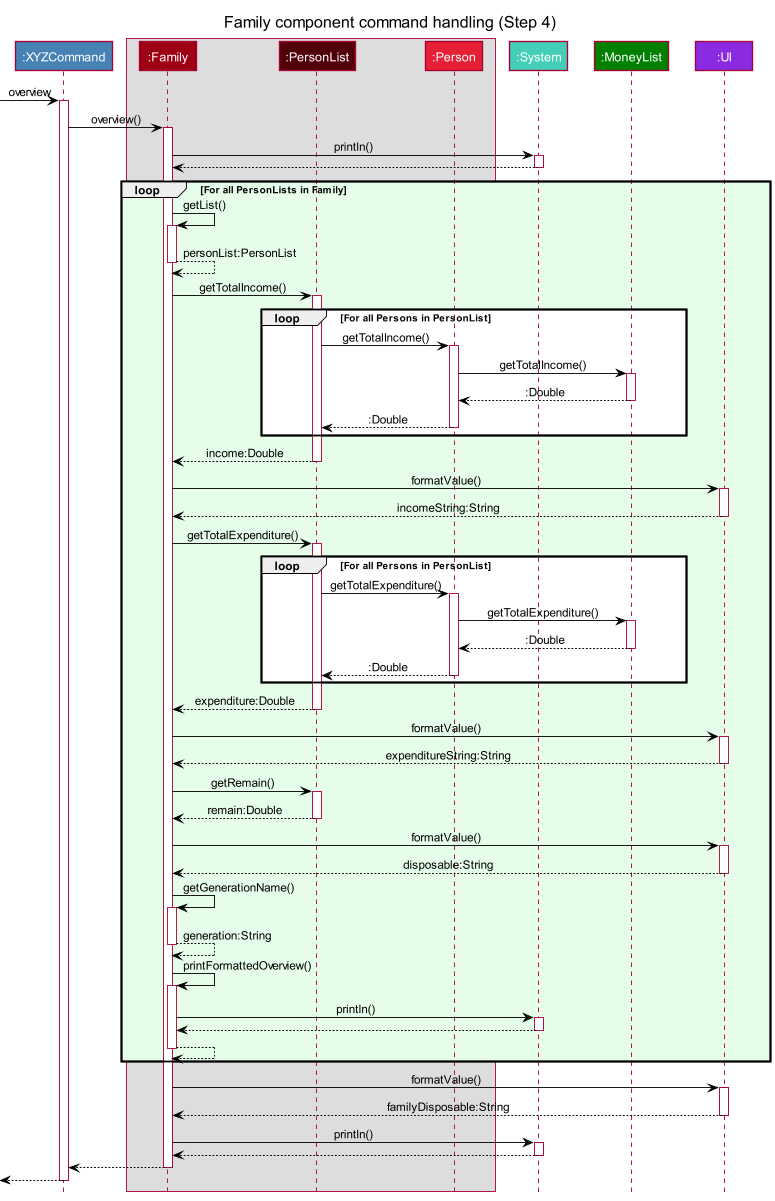
Before: docs/images/FamilySequenceDiagram4.png, a diagram exported from PlantUML (nus-cs2113-AY2122S2/tp).
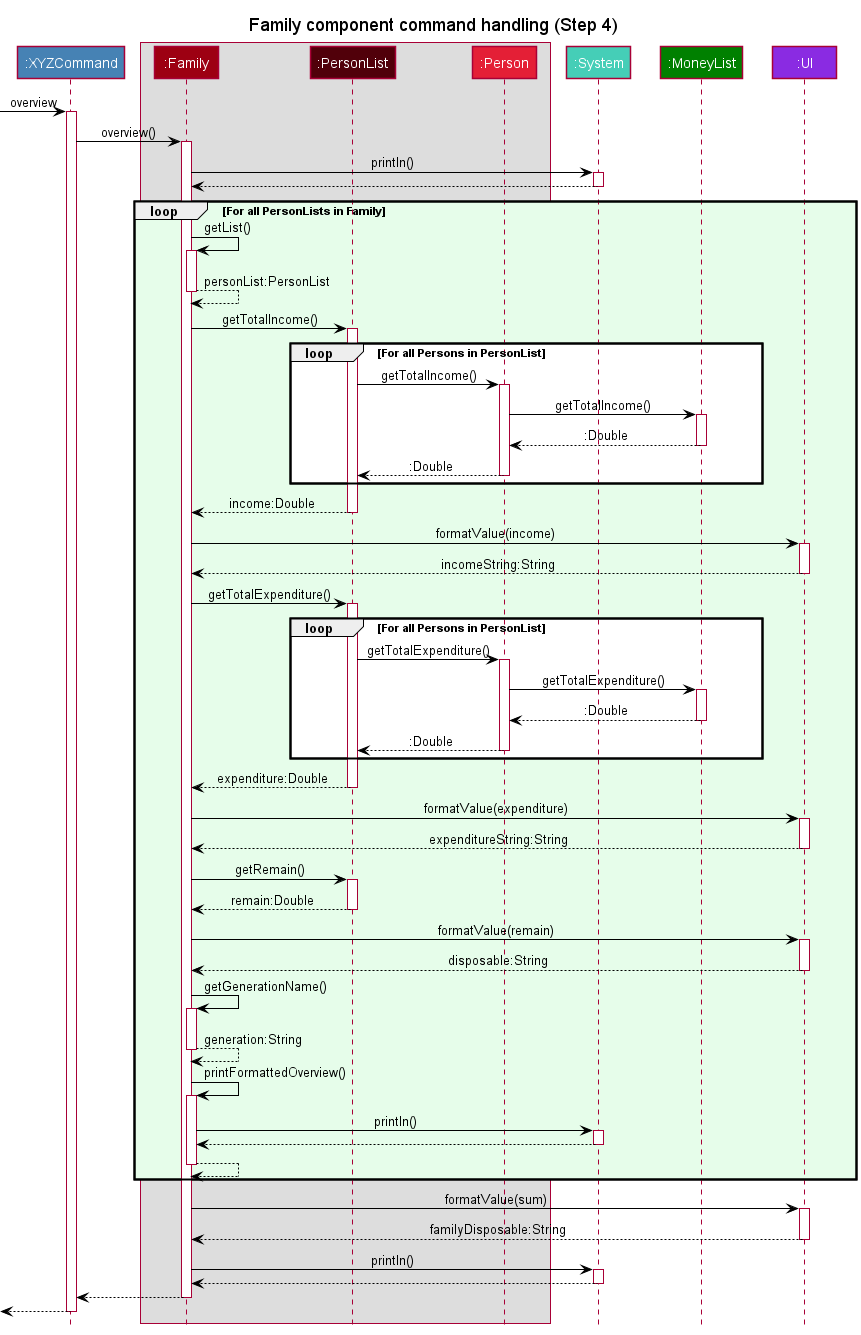
After the commit.

Commit message:
Include parameters in formatValue() in UML diagram for clarity

What changed in the source:
```diff
@@ -44,7 +44,7 @@
     end loop
     Family <-- PersonList: income:Double
     deactivate PersonList
-    Family -> UI: formatValue()
+    Family -> UI: formatValue(income)
     activate UI
     Family <-- UI: incomeString:String
     deactivate UI
@@ -62,7 +62,7 @@
     end loop
     Family <-- PersonList: expenditure:Double
     deactivate PersonList
-    Family -> UI: formatValue()
+    Family -> UI: formatValue(expenditure)
     activate UI
     Family <-- UI: expenditureString:String
     deactivate UI
@@ -70,7 +70,7 @@
     activate PersonList
     Family <-- PersonList: remain:Double
     deactivate PersonList
-    Family -> UI: formatValue()
+    Family -> UI: formatValue(remain)
     activate UI
     Family <-- UI: disposable:String
     deactivate UI
@@ -87,7 +87,7 @@
     Family --> Family
     deactivate Family
 end loop
-Family -> UI: formatValue()
+Family -> UI: formatValue(sum)
 activate UI
 Family <-- UI: familyDisposable:String
 deactivate UI
```
